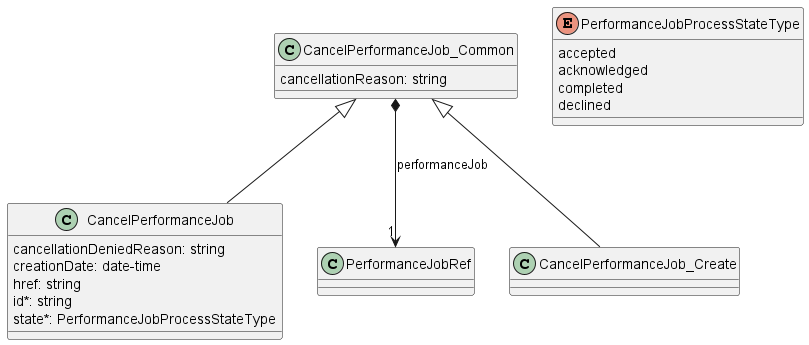
Before: documentation/serviceApi/pm/performance/media/cancelPerformanceJobModel.png, a diagram exported from PlantUML (MEF-GIT/MEF-LSO-Legato-SDK).
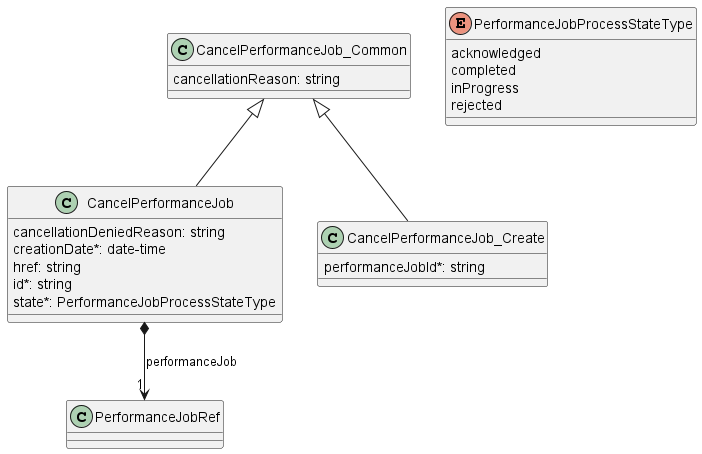
Later version of the same file.

The edit, as a diff of the source:
```diff
@@ -3,7 +3,7 @@
 class CancelPerformanceJob {
 
     cancellationDeniedReason: string
-    creationDate: date-time
+    creationDate*: date-time
     href: string
     id*: string
     state*: PerformanceJobProcessStateType
@@ -17,20 +17,20 @@
     cancellationReason: string
 }
 
-CancelPerformanceJob_Common *-->"1" PerformanceJobRef : performanceJob
+CancelPerformanceJob *-->"1" PerformanceJobRef : performanceJob
 
 
 class CancelPerformanceJob_Create {
-
+    performanceJobId*: string
 }
 CancelPerformanceJob_Common <|-- CancelPerformanceJob_Create
 
 enum PerformanceJobProcessStateType {
 
-    accepted
     acknowledged
     completed
-    declined
+    inProgress
+    rejected
 }
 
 @enduml
```
